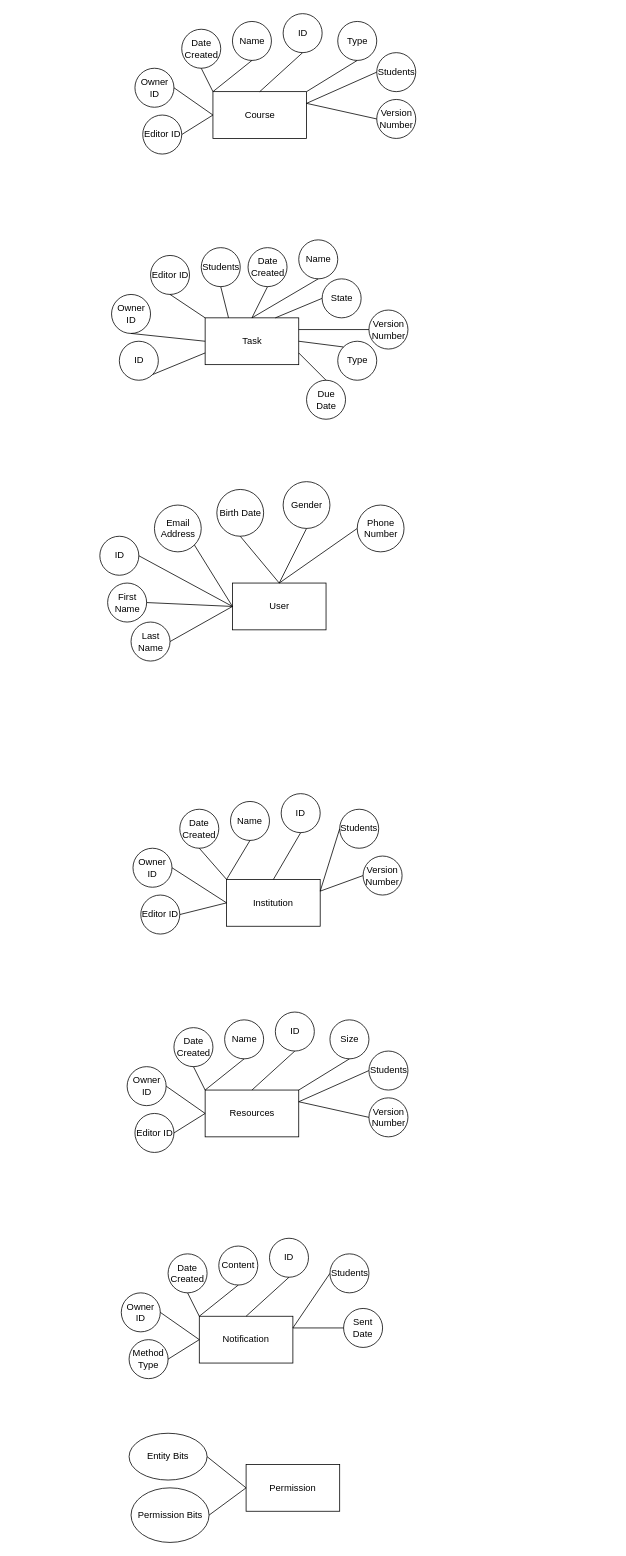
Apollo-LW/Apollo-LW keeps this draw.io diagram as diagrams/db/DatabaseER.drawio. Above is the earlier version. Source tidied: cells renumbered, new cells numbered last; positions are measured from the earlier drawing's top-left corner, leaving out a move shared by most shapes. Both pictures are drawn from the tidied source at 78%, with x=0, y=0 at pixel (100, 13).
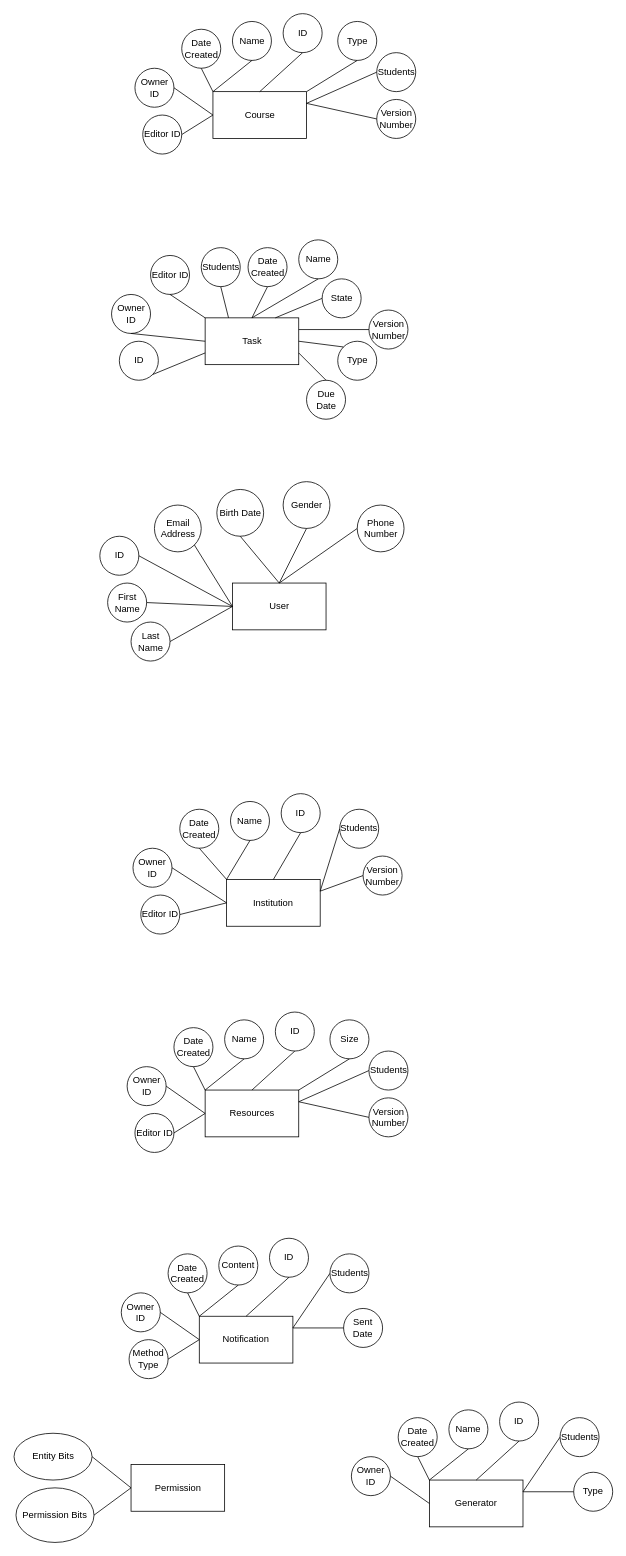
The same page after the edit.

Commit message:
Add Generator Data Model

Change to the diagram source:
```diff
@@
     <mxCell id="102" value="Permission" style="rounded=0;whiteSpace=wrap;html=1;" parent="1" vertex="1">
-      <mxGeometry x="187" y="1860" width="120" height="60" as="geometry" />
+      <mxGeometry x="39.5" y="1860" width="120" height="60" as="geometry" />
     </mxCell>
     <mxCell id="103" value="Entity Bits" style="ellipse;whiteSpace=wrap;html=1;" parent="1" vertex="1">
-      <mxGeometry x="37" y="1820" width="100" height="60" as="geometry" />
+      <mxGeometry x="-110.5" y="1820" width="100" height="60" as="geometry" />
     </mxCell>
     <mxCell id="104" value="Permission Bits" style="ellipse;whiteSpace=wrap;html=1;" parent="1" vertex="1">
-      <mxGeometry x="39.5" y="1890" width="100" height="70" as="geometry" />
+      <mxGeometry x="-108" y="1890" width="100" height="70" as="geometry" />
     </mxCell>
@@
+    <mxCell id="107" value="Generator" style="rounded=0;whiteSpace=wrap;html=1;" parent="1" vertex="1">
+      <mxGeometry x="422" y="1880" width="120" height="60" as="geometry" />
+    </mxCell>
+    <mxCell id="108" value="Name" style="ellipse;whiteSpace=wrap;html=1;" parent="1" vertex="1">
+      <mxGeometry x="447" y="1790" width="50" height="50" as="geometry" />
+    </mxCell>
+    <mxCell id="109" value="Date Created" style="ellipse;whiteSpace=wrap;html=1;" parent="1" vertex="1">
+      <mxGeometry x="382" y="1800" width="50" height="50" as="geometry" />
+    </mxCell>
+    <mxCell id="110" value="ID" style="ellipse;whiteSpace=wrap;html=1;" parent="1" vertex="1">
+      <mxGeometry x="512" y="1780" width="50" height="50" as="geometry" />
+    </mxCell>
+    <mxCell id="111" value="Type" style="ellipse;whiteSpace=wrap;html=1;" parent="1" vertex="1">
+      <mxGeometry x="607" y="1870" width="50" height="50" as="geometry" />
+    </mxCell>
+    <mxCell id="112" value="Owner ID" style="ellipse;whiteSpace=wrap;html=1;" parent="1" vertex="1">
+      <mxGeometry x="322" y="1850" width="50" height="50" as="geometry" />
+    </mxCell>
+    <mxCell id="113" value="Students" style="ellipse;whiteSpace=wrap;html=1;" parent="1" vertex="1">
+      <mxGeometry x="589.5" y="1800" width="50" height="50" as="geometry" />
+    </mxCell>
+    <mxCell id="114" style="endArrow=none;html=1;rounded=0;exitX=1;exitY=0.5;exitDx=0;exitDy=0;entryX=0;entryY=0.5;entryDx=0;entryDy=0;" parent="1" edge="1" source="112" target="107">
+      <mxGeometry relative="1" as="geometry" />
+    </mxCell>
+    <mxCell id="115" style="endArrow=none;html=1;rounded=0;exitX=0.5;exitY=1;exitDx=0;exitDy=0;entryX=0;entryY=0;entryDx=0;entryDy=0;" parent="1" edge="1" source="109" target="107">
+      <mxGeometry relative="1" as="geometry" />
+    </mxCell>
+    <mxCell id="116" style="endArrow=none;html=1;rounded=0;exitX=0.5;exitY=1;exitDx=0;exitDy=0;entryX=0;entryY=0;entryDx=0;entryDy=0;" parent="1" edge="1" source="108" target="107">
+      <mxGeometry relative="1" as="geometry" />
+    </mxCell>
+    <mxCell id="117" style="endArrow=none;html=1;rounded=0;exitX=0.5;exitY=1;exitDx=0;exitDy=0;entryX=0.5;entryY=0;entryDx=0;entryDy=0;" parent="1" edge="1" source="110" target="107">
+      <mxGeometry relative="1" as="geometry" />
+    </mxCell>
+    <mxCell id="118" style="endArrow=none;html=1;rounded=0;exitX=0;exitY=0.5;exitDx=0;exitDy=0;entryX=1;entryY=0.25;entryDx=0;entryDy=0;" parent="1" edge="1" source="113" target="107">
+      <mxGeometry relative="1" as="geometry" />
+    </mxCell>
+    <mxCell id="119" style="endArrow=none;html=1;rounded=0;exitX=0;exitY=0.5;exitDx=0;exitDy=0;entryX=1;entryY=0.25;entryDx=0;entryDy=0;" parent="1" edge="1" source="111" target="107">
+      <mxGeometry relative="1" as="geometry" />
+    </mxCell>
```
